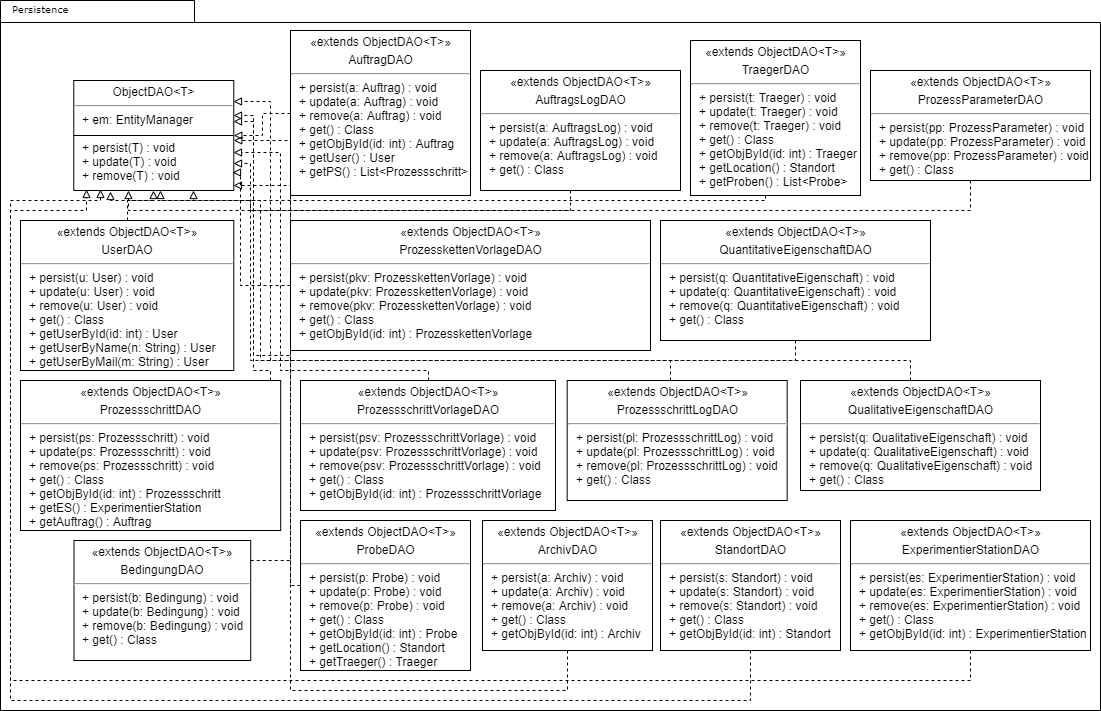
The draw.io diagram doc/UML/Persistence.png in fkehlenb/softwareprojekt-2, before a commit. Source tidied: cells renumbered, new cells last; positions are measured from the earlier drawing's top-left corner, leaving out a move shared by most shapes.
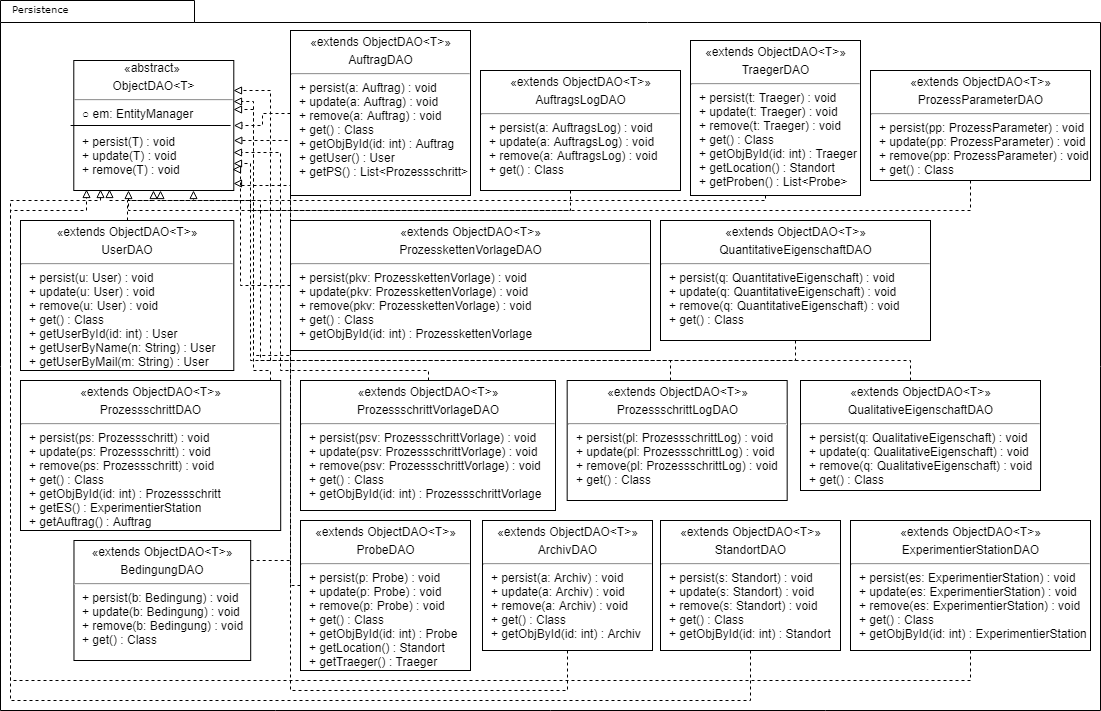
Above is the later version.

Change to the diagram source:
```diff
@@ -8,11 +8,11 @@
     <mxCell id="3" value="Persistence" style="text;html=1;align=left;verticalAlign=top;spacingTop=-4;fontSize=10;fontFamily=Verdana;" parent="1" vertex="1">
       <mxGeometry x="10" width="130" height="20" as="geometry" />
     </mxCell>
-    <mxCell id="4" value="&lt;p style=&quot;margin: 4px 0px 0px ; text-align: center&quot;&gt;&lt;span&gt;ObjectDAO&amp;lt;T&amp;gt;&lt;/span&gt;&lt;br&gt;&lt;/p&gt;&lt;hr&gt;&lt;p style=&quot;margin: 0px ; margin-left: 8px&quot;&gt;+ em: EntityManager&lt;/p&gt;&lt;p style=&quot;margin: 0px ; margin-left: 8px&quot;&gt;&lt;br&gt;&lt;/p&gt;&lt;p style=&quot;margin: 0px ; margin-left: 8px&quot;&gt;+ persist(T) : void&lt;/p&gt;&lt;p style=&quot;margin: 0px ; margin-left: 8px&quot;&gt;+ update(T) : void&lt;/p&gt;&lt;p style=&quot;margin: 0px ; margin-left: 8px&quot;&gt;+ remove(T) : void&lt;/p&gt;&lt;p style=&quot;margin: 0px ; margin-left: 8px&quot;&gt;&lt;br&gt;&lt;/p&gt;" style="verticalAlign=top;align=left;overflow=fill;fontSize=12;fontFamily=Helvetica;html=1;" parent="1" vertex="1">
-      <mxGeometry x="73.3" y="80" width="160" height="110" as="geometry" />
+    <mxCell id="4" value="&lt;span style=&quot;text-align: center&quot;&gt;&amp;nbsp; &amp;nbsp; &amp;nbsp; &amp;nbsp; &amp;nbsp; &amp;nbsp; &amp;nbsp; &amp;nbsp;«abstract&lt;/span&gt;&lt;span style=&quot;text-align: center&quot;&gt;»&lt;/span&gt;&lt;p style=&quot;margin: 4px 0px 0px ; text-align: center&quot;&gt;&lt;span&gt;ObjectDAO&amp;lt;T&amp;gt;&lt;/span&gt;&lt;br&gt;&lt;/p&gt;&lt;hr&gt;&lt;p style=&quot;margin: 0px ; margin-left: 8px&quot;&gt;○ em: EntityManager&lt;/p&gt;&lt;p style=&quot;margin: 0px ; margin-left: 8px&quot;&gt;&lt;br&gt;&lt;/p&gt;&lt;p style=&quot;margin: 0px ; margin-left: 8px&quot;&gt;+ persist(T) : void&lt;/p&gt;&lt;p style=&quot;margin: 0px ; margin-left: 8px&quot;&gt;+ update(T) : void&lt;/p&gt;&lt;p style=&quot;margin: 0px ; margin-left: 8px&quot;&gt;+ remove(T) : void&lt;/p&gt;&lt;p style=&quot;margin: 0px ; margin-left: 8px&quot;&gt;&lt;br&gt;&lt;/p&gt;" style="verticalAlign=top;align=left;overflow=fill;fontSize=12;fontFamily=Helvetica;html=1;" parent="1" vertex="1">
+      <mxGeometry x="73.3" y="60" width="160" height="130" as="geometry" />
     </mxCell>
     <mxCell id="5" style="line;strokeWidth=1;fillColor=none;align=left;verticalAlign=middle;spacingTop=-1;spacingLeft=3;spacingRight=3;labelPosition=right;" parent="1" vertex="1">
-      <mxGeometry x="73.5" y="131" width="160" height="8" as="geometry" />
+      <mxGeometry x="70.1" y="121" width="160" height="8" as="geometry" />
     </mxCell>
     <mxCell id="6" style="edgeStyle=orthogonalEdgeStyle;rounded=0;jettySize=auto;html=1;dashed=1;endArrow=block;endFill=0;exitX=0.5;exitY=0;exitDx=0;exitDy=0;" parent="1" edge="1" source="7" target="4">
       <mxGeometry relative="1" as="geometry" />
@@ -34,15 +34,16 @@
         <Array as="points">
           <mxPoint x="270" y="370" />
           <mxPoint x="253" y="370" />
-          <mxPoint x="253" y="121" />
+          <mxPoint x="253" y="109" />
         </Array>
       </mxGeometry>
     </mxCell>
     <mxCell id="12" value="&lt;p style=&quot;margin: 4px 0px 0px ; text-align: center&quot;&gt;«extends ObjectDAO&amp;lt;T&amp;gt;»&lt;/p&gt;&lt;p style=&quot;margin: 4px 0px 0px ; text-align: center&quot;&gt;ProzessschrittDAO&lt;/p&gt;&lt;hr&gt;&lt;p style=&quot;margin: 0px ; margin-left: 8px&quot;&gt;&lt;span&gt;+ persist(ps: Prozessschritt) : void&lt;/span&gt;&lt;br&gt;&lt;/p&gt;&lt;p style=&quot;margin: 0px ; margin-left: 8px&quot;&gt;+ update(ps: Prozessschritt) : void&lt;/p&gt;&lt;p style=&quot;margin: 0px ; margin-left: 8px&quot;&gt;+ remove(ps: Prozessschritt) : void&lt;/p&gt;&lt;p style=&quot;margin: 0px ; margin-left: 8px&quot;&gt;+ get() : Class&lt;/p&gt;&lt;p style=&quot;margin: 0px ; margin-left: 8px&quot;&gt;+ getObjById(id: int) : Prozessschritt&lt;/p&gt;&lt;p style=&quot;margin: 0px ; margin-left: 8px&quot;&gt;+ getES() : ExperimentierStation&lt;/p&gt;&lt;p style=&quot;margin: 0px ; margin-left: 8px&quot;&gt;+ getAuftrag() : Auftrag&lt;/p&gt;&lt;p style=&quot;margin: 0px ; margin-left: 8px&quot;&gt;&lt;br&gt;&lt;/p&gt;" style="verticalAlign=top;align=left;overflow=fill;fontSize=12;fontFamily=Helvetica;html=1;" parent="1" vertex="1">
       <mxGeometry x="20" y="380" width="260.2" height="150" as="geometry" />
     </mxCell>
-    <mxCell id="13" style="edgeStyle=orthogonalEdgeStyle;rounded=0;jettySize=auto;html=1;entryX=1.001;entryY=0.652;entryDx=0;entryDy=0;entryPerimeter=0;dashed=1;endArrow=block;endFill=0;" parent="1" edge="1" source="14" target="4">
+    <mxCell id="13" style="edgeStyle=orthogonalEdgeStyle;rounded=0;jettySize=auto;html=1;dashed=1;endArrow=block;endFill=0;" parent="1" edge="1" source="14">
       <mxGeometry relative="1" as="geometry">
+        <mxPoint x="233" y="152" as="targetPoint" />
         <Array as="points">
           <mxPoint x="280" y="370" />
           <mxPoint x="280" y="152" />
@@ -52,17 +53,19 @@
     <mxCell id="14" value="&lt;p style=&quot;margin: 4px 0px 0px ; text-align: center&quot;&gt;«extends ObjectDAO&amp;lt;T&amp;gt;»&lt;/p&gt;&lt;p style=&quot;margin: 4px 0px 0px ; text-align: center&quot;&gt;ProzessschrittVorlageDAO&lt;/p&gt;&lt;hr&gt;&lt;p style=&quot;margin: 0px ; margin-left: 8px&quot;&gt;&lt;span&gt;+ persist(psv: ProzessschrittVorlage) : void&lt;/span&gt;&lt;br&gt;&lt;/p&gt;&lt;p style=&quot;margin: 0px ; margin-left: 8px&quot;&gt;+ update(psv: ProzessschrittVorlage) : void&lt;/p&gt;&lt;p style=&quot;margin: 0px ; margin-left: 8px&quot;&gt;+ remove(psv: ProzessschrittVorlage) : void&lt;/p&gt;&lt;p style=&quot;margin: 0px ; margin-left: 8px&quot;&gt;+ get() : Class&lt;/p&gt;&lt;p style=&quot;margin: 0px ; margin-left: 8px&quot;&gt;+ getObjById(id: int) : ProzessschrittVorlage&lt;/p&gt;&lt;p style=&quot;margin: 0px ; margin-left: 8px&quot;&gt;&lt;br&gt;&lt;/p&gt;" style="verticalAlign=top;align=left;overflow=fill;fontSize=12;fontFamily=Helvetica;html=1;" parent="1" vertex="1">
       <mxGeometry x="300" y="380" width="255" height="130" as="geometry" />
     </mxCell>
-    <mxCell id="15" style="edgeStyle=orthogonalEdgeStyle;rounded=0;jettySize=auto;html=1;entryX=0.995;entryY=0.836;entryDx=0;entryDy=0;entryPerimeter=0;dashed=1;endArrow=block;endFill=0;" parent="1" edge="1" target="4">
+    <mxCell id="15" style="edgeStyle=orthogonalEdgeStyle;rounded=0;orthogonalLoop=1;jettySize=auto;html=1;dashed=1;endArrow=block;endFill=0;" parent="1" edge="1">
       <mxGeometry relative="1" as="geometry">
         <mxPoint x="290" y="285.3" as="sourcePoint" />
+        <mxPoint x="232" y="169" as="targetPoint" />
         <Array as="points">
           <mxPoint x="240" y="285" />
-          <mxPoint x="240" y="172" />
+          <mxPoint x="240" y="169" />
         </Array>
       </mxGeometry>
     </mxCell>
-    <mxCell id="16" style="edgeStyle=orthogonalEdgeStyle;rounded=0;jettySize=auto;html=1;entryX=1;entryY=0.75;entryDx=0;entryDy=0;dashed=1;endArrow=block;endFill=0;" parent="1" edge="1" source="17" target="4">
+    <mxCell id="16" style="edgeStyle=orthogonalEdgeStyle;rounded=0;jettySize=auto;html=1;dashed=1;endArrow=block;endFill=0;" parent="1" edge="1" source="17">
       <mxGeometry relative="1" as="geometry">
+        <mxPoint x="233" y="163" as="targetPoint" />
         <Array as="points">
           <mxPoint x="570" y="210" />
           <mxPoint x="250" y="210" />
@@ -84,13 +87,13 @@
     <mxCell id="19" value="&lt;p style=&quot;margin: 4px 0px 0px ; text-align: center&quot;&gt;«extends ObjectDAO&amp;lt;T&amp;gt;»&lt;/p&gt;&lt;p style=&quot;margin: 4px 0px 0px ; text-align: center&quot;&gt;TraegerDAO&lt;/p&gt;&lt;hr&gt;&lt;p style=&quot;margin: 0px ; margin-left: 8px&quot;&gt;&lt;span&gt;+ persist(t: Traeger) : void&lt;/span&gt;&lt;br&gt;&lt;/p&gt;&lt;p style=&quot;margin: 0px ; margin-left: 8px&quot;&gt;+ update(t: Traeger) : void&lt;/p&gt;&lt;p style=&quot;margin: 0px ; margin-left: 8px&quot;&gt;+ remove(t: Traeger) : void&lt;/p&gt;&lt;p style=&quot;margin: 0px ; margin-left: 8px&quot;&gt;+ get() : Class&lt;/p&gt;&lt;p style=&quot;margin: 0px ; margin-left: 8px&quot;&gt;+ getObjById(id: int) : Traeger&lt;/p&gt;&lt;p style=&quot;margin: 0px ; margin-left: 8px&quot;&gt;+ getLocation() : Standort&lt;/p&gt;&lt;p style=&quot;margin: 0px ; margin-left: 8px&quot;&gt;+ getProben() : List&amp;lt;Probe&amp;gt;&amp;nbsp;&lt;/p&gt;" style="verticalAlign=top;align=left;overflow=fill;fontSize=12;fontFamily=Helvetica;html=1;" parent="1" vertex="1">
       <mxGeometry x="690" y="40" width="170" height="155" as="geometry" />
     </mxCell>
-    <mxCell id="20" style="edgeStyle=orthogonalEdgeStyle;rounded=0;jettySize=auto;html=1;entryX=0.229;entryY=1.013;entryDx=0;entryDy=0;entryPerimeter=0;dashed=1;endArrow=block;endFill=0;" parent="1" edge="1" source="21" target="4">
+    <mxCell id="20" style="edgeStyle=orthogonalEdgeStyle;rounded=0;jettySize=auto;html=1;entryX=0.225;entryY=0.989;entryDx=0;entryDy=0;entryPerimeter=0;dashed=1;endArrow=block;endFill=0;" parent="1" edge="1" source="21" target="4">
       <mxGeometry relative="1" as="geometry">
         <Array as="points">
           <mxPoint x="670" y="360" />
           <mxPoint x="250" y="360" />
           <mxPoint x="250" y="200" />
-          <mxPoint x="110" y="200" />
+          <mxPoint x="109" y="200" />
         </Array>
       </mxGeometry>
     </mxCell>
@@ -110,7 +113,7 @@
     <mxCell id="23" value="&lt;p style=&quot;margin: 4px 0px 0px ; text-align: center&quot;&gt;«extends ObjectDAO&amp;lt;T&amp;gt;»&lt;/p&gt;&lt;p style=&quot;margin: 4px 0px 0px ; text-align: center&quot;&gt;QuantitativeEigenschaftDAO&lt;/p&gt;&lt;hr&gt;&lt;p style=&quot;margin: 0px ; margin-left: 8px&quot;&gt;&lt;span&gt;+ persist(q: QuantitativeEigenschaft) : void&lt;/span&gt;&lt;br&gt;&lt;/p&gt;&lt;p style=&quot;margin: 0px ; margin-left: 8px&quot;&gt;+ update(q: QuantitativeEigenschaft) : void&lt;/p&gt;&lt;p style=&quot;margin: 0px ; margin-left: 8px&quot;&gt;+ remove(q: QuantitativeEigenschaft) : void&lt;/p&gt;&lt;p style=&quot;margin: 0px ; margin-left: 8px&quot;&gt;+ get() : Class&lt;/p&gt;&lt;p style=&quot;margin: 0px ; margin-left: 8px&quot;&gt;&lt;br&gt;&lt;/p&gt;" style="verticalAlign=top;align=left;overflow=fill;fontSize=12;fontFamily=Helvetica;html=1;" parent="1" vertex="1">
       <mxGeometry x="660" y="220" width="270" height="120" as="geometry" />
     </mxCell>
-    <mxCell id="24" style="edgeStyle=orthogonalEdgeStyle;rounded=0;jettySize=auto;html=1;entryX=0.339;entryY=1.003;entryDx=0;entryDy=0;entryPerimeter=0;dashed=1;endArrow=block;endFill=0;" parent="1" edge="1" source="25" target="4">
+    <mxCell id="24" style="edgeStyle=orthogonalEdgeStyle;rounded=0;jettySize=auto;html=1;dashed=1;endArrow=block;endFill=0;" parent="1" edge="1" source="25" target="4">
       <mxGeometry relative="1" as="geometry">
         <Array as="points">
           <mxPoint x="970" y="210" />
@@ -121,12 +124,14 @@
     <mxCell id="25" value="&lt;p style=&quot;margin: 4px 0px 0px ; text-align: center&quot;&gt;«extends ObjectDAO&amp;lt;T&amp;gt;»&lt;/p&gt;&lt;p style=&quot;margin: 4px 0px 0px ; text-align: center&quot;&gt;ProzessParameterDAO&lt;/p&gt;&lt;hr&gt;&lt;p style=&quot;margin: 0px ; margin-left: 8px&quot;&gt;&lt;span&gt;+ persist(pp: ProzessParameter&lt;/span&gt;&lt;span&gt;) : void&lt;/span&gt;&lt;/p&gt;&lt;p style=&quot;margin: 0px ; margin-left: 8px&quot;&gt;+ update(pp: ProzessParameter) : void&lt;/p&gt;&lt;p style=&quot;margin: 0px ; margin-left: 8px&quot;&gt;+ remove(pp: ProzessParameter) : void&lt;/p&gt;&lt;p style=&quot;margin: 0px ; margin-left: 8px&quot;&gt;+ get() : Class&lt;/p&gt;&lt;p style=&quot;margin: 0px ; margin-left: 8px&quot;&gt;&lt;br&gt;&lt;/p&gt;" style="verticalAlign=top;align=left;overflow=fill;fontSize=12;fontFamily=Helvetica;html=1;" parent="1" vertex="1">
       <mxGeometry x="870" y="70" width="220" height="110" as="geometry" />
     </mxCell>
-    <mxCell id="26" style="edgeStyle=orthogonalEdgeStyle;rounded=0;jettySize=auto;html=1;entryX=1;entryY=0.192;entryDx=0;entryDy=0;entryPerimeter=0;dashed=1;endArrow=block;endFill=0;" parent="1" edge="1" source="27" target="4">
+    <mxCell id="26" style="edgeStyle=orthogonalEdgeStyle;rounded=0;jettySize=auto;html=1;dashed=1;endArrow=block;endFill=0;" parent="1" edge="1" source="27">
       <mxGeometry relative="1" as="geometry">
+        <mxPoint x="233" y="90" as="targetPoint" />
         <Array as="points">
           <mxPoint x="910" y="360" />
           <mxPoint x="270" y="360" />
-          <mxPoint x="270" y="101" />
+          <mxPoint x="270" y="90" />
+          <mxPoint x="233" y="90" />
         </Array>
       </mxGeometry>
     </mxCell>
@@ -139,18 +144,21 @@
           <mxPoint x="290" y="560" />
           <mxPoint x="290" y="355" />
           <mxPoint x="253" y="355" />
-          <mxPoint x="253" y="115" />
+          <mxPoint x="253" y="101" />
         </Array>
       </mxGeometry>
     </mxCell>
     <mxCell id="29" value="&lt;p style=&quot;margin: 4px 0px 0px ; text-align: center&quot;&gt;«extends ObjectDAO&amp;lt;T&amp;gt;»&lt;/p&gt;&lt;p style=&quot;margin: 4px 0px 0px ; text-align: center&quot;&gt;BedingungDAO&lt;/p&gt;&lt;hr&gt;&lt;p style=&quot;margin: 0px ; margin-left: 8px&quot;&gt;&lt;span&gt;+ persist(b: Bedingung) : void&lt;/span&gt;&lt;br&gt;&lt;/p&gt;&lt;p style=&quot;margin: 0px ; margin-left: 8px&quot;&gt;+ update(b: Bedingung) : void&lt;/p&gt;&lt;p style=&quot;margin: 0px ; margin-left: 8px&quot;&gt;+ remove(b: Bedingung) : void&lt;/p&gt;&lt;p style=&quot;margin: 0px ; margin-left: 8px&quot;&gt;+ get() : Class&lt;/p&gt;&lt;p style=&quot;margin: 0px ; margin-left: 8px&quot;&gt;&lt;br&gt;&lt;/p&gt;" style="verticalAlign=top;align=left;overflow=fill;fontSize=12;fontFamily=Helvetica;html=1;" parent="1" vertex="1">
       <mxGeometry x="73.5" y="540" width="176.7" height="120" as="geometry" />
     </mxCell>
-    <mxCell id="30" style="edgeStyle=orthogonalEdgeStyle;rounded=0;jettySize=auto;html=1;entryX=1;entryY=0.95;entryDx=0;entryDy=0;entryPerimeter=0;dashed=1;endArrow=block;endFill=0;" parent="1" edge="1" source="31" target="4">
+    <mxCell id="30" style="edgeStyle=orthogonalEdgeStyle;rounded=0;jettySize=auto;html=1;dashed=1;endArrow=block;endFill=0;" parent="1" edge="1" source="31">
       <mxGeometry relative="1" as="geometry">
+        <mxPoint x="233" y="183" as="targetPoint" />
         <Array as="points">
           <mxPoint x="290" y="585" />
           <mxPoint x="290" y="185" />
+          <mxPoint x="240" y="185" />
+          <mxPoint x="240" y="183" />
         </Array>
       </mxGeometry>
     </mxCell>
```
